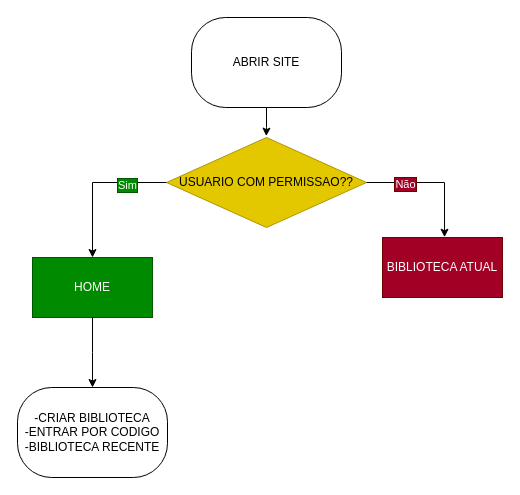
The draw.io diagram docs/diagrams/01-user-flow.drawio in LuanFazolimMurolo/LearnTrack, before the edit. Source tidied: cells renumbered, new cells numbered last; positions are measured from the earlier drawing's top-left corner, leaving out a move shared by most shapes. Both pictures are drawn from the tidied source at 100%, with x=0, y=0 at pixel (17, 17).
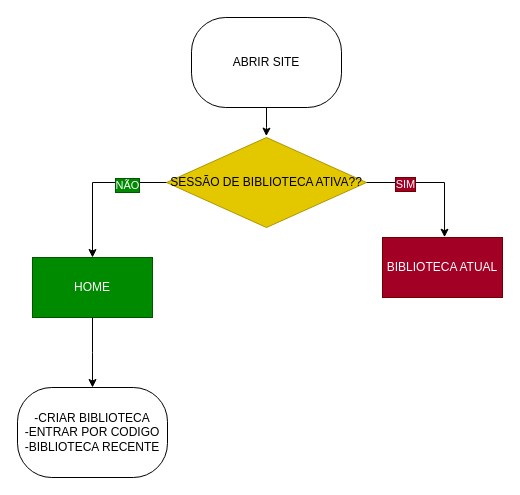
The same diagram, later.

Diff of the diagram source:
```diff
@@
 <mxGraphModel>
   <root>
     <mxCell id="0" />
     <mxCell id="1" parent="0" />
     <mxCell id="2" value="ABRIR SITE" style="rounded=1;whiteSpace=wrap;html=1;roundedPerimeter=1;arcSize=38;" parent="1" vertex="1">
       <mxGeometry x="174" width="150" height="90" as="geometry" />
     </mxCell>
-    <mxCell id="3" value="USUARIO COM PERMISSAO??" style="rhombus;whiteSpace=wrap;html=1;shapeInside=1;fillColor=#e3c800;fontColor=#000000;strokeColor=#B09500;" parent="1" vertex="1">
+    <mxCell id="3" value="SESSÃO DE BIBLIOTECA ATIVA??" style="rhombus;whiteSpace=wrap;html=1;shapeInside=1;fillColor=#e3c800;fontColor=#000000;strokeColor=#B09500;" parent="1" vertex="1">
       <mxGeometry x="149" y="120" width="200" height="90" as="geometry" />
     </mxCell>
     <mxCell id="4" style="edgeStyle=orthogonalEdgeStyle;rounded=0;jettySize=auto;html=1;entryX=0.499;entryY=-0.015;entryDx=0;entryDy=0;entryPerimeter=0;defaultLabelBackgroundColor=page;" parent="1" edge="1" source="2" target="3">
       <mxGeometry relative="1" as="geometry" />
     </mxCell>
     <mxCell id="5" value="BIBLIOTECA ATUAL" style="rounded=0;whiteSpace=wrap;html=1;fillColor=#a20025;fontColor=#ffffff;strokeColor=#6F0000;" parent="1" vertex="1">
       <mxGeometry x="365" y="220" width="120" height="60" as="geometry" />
     </mxCell>
     <mxCell id="6" style="edgeStyle=orthogonalEdgeStyle;rounded=0;jettySize=auto;html=1;entryX=0.517;entryY=-0.005;entryDx=0;entryDy=0;entryPerimeter=0;defaultLabelBackgroundColor=page;" parent="1" edge="1" source="3" target="5">
       <mxGeometry relative="1" as="geometry" />
     </mxCell>
-    <mxCell id="7" value="Não" style="edgeLabel;html=1;align=center;verticalAlign=middle;inheritText=fontFamily,fontSize,fontStyle,textOpacity,labelBorderWidth,defaultLabelBackgroundColor,labelPadding;defaultLabelBackgroundColor=page;labelBackgroundColor=#a20025;fontColor=#ffffff;labelBorderColor=#6F0000;" parent="6" vertex="1">
+    <mxCell id="7" value="SIM" style="edgeLabel;html=1;align=center;verticalAlign=middle;inheritText=fontFamily,fontSize,fontStyle,textOpacity,labelBorderWidth,defaultLabelBackgroundColor,labelPadding;defaultLabelBackgroundColor=page;labelBackgroundColor=#a20025;fontColor=#ffffff;labelBorderColor=#6F0000;" parent="6" vertex="1">
       <mxGeometry x="-0.42" y="-1" relative="1" as="geometry" />
     </mxCell>
     <mxCell id="8" value="HOME" style="rounded=0;whiteSpace=wrap;html=1;fillColor=#008a00;fontColor=#ffffff;strokeColor=#005700;" parent="1" vertex="1">
       <mxGeometry x="15" y="240" width="120" height="60" as="geometry" />
     </mxCell>
     <mxCell id="9" style="edgeStyle=orthogonalEdgeStyle;rounded=0;jettySize=auto;html=1;entryX=0.5;entryY=0;entryDx=0;entryDy=0;defaultLabelBackgroundColor=page;exitX=0;exitY=0.5;exitDx=0;exitDy=0;" parent="1" edge="1" source="3" target="8">
       <mxGeometry relative="1" as="geometry" />
     </mxCell>
-    <mxCell id="10" value="Sim" style="edgeLabel;html=1;align=center;verticalAlign=middle;inheritText=fontFamily,fontSize,fontStyle,textOpacity,labelBorderWidth,defaultLabelBackgroundColor,labelPadding;defaultLabelBackgroundColor=page;labelBackgroundColor=#008a00;fontColor=#ffffff;labelBorderColor=#005700;" parent="9" vertex="1">
+    <mxCell id="10" value="NÃO" style="edgeLabel;html=1;align=center;verticalAlign=middle;inheritText=fontFamily,fontSize,fontStyle,textOpacity,labelBorderWidth,defaultLabelBackgroundColor,labelPadding;defaultLabelBackgroundColor=page;labelBackgroundColor=#008a00;fontColor=#ffffff;labelBorderColor=#005700;" parent="9" vertex="1">
       <mxGeometry x="-0.46" y="2" relative="1" as="geometry" />
     </mxCell>
     <mxCell id="11" value="&lt;div&gt;-CRIAR BIBLIOTECA&lt;/div&gt;&lt;div&gt;-ENTRAR POR CODIGO&lt;/div&gt;&lt;div&gt;-BIBLIOTECA RECENTE&lt;/div&gt;" style="rounded=1;whiteSpace=wrap;html=1;roundedPerimeter=1;arcSize=38;" parent="1" vertex="1">
       <mxGeometry y="370" width="150" height="90" as="geometry" />
     </mxCell>
     <mxCell id="12" style="edgeStyle=orthogonalEdgeStyle;rounded=0;jettySize=auto;html=1;entryX=0.5;entryY=0;entryDx=0;entryDy=0;defaultLabelBackgroundColor=page;exitX=0.5;exitY=1;exitDx=0;exitDy=0;" parent="1" edge="1" source="8">
       <mxGeometry relative="1" as="geometry">
         <mxPoint x="75" y="370" as="targetPoint" />
       </mxGeometry>
     </mxCell>
   </root>
 </mxGraphModel>
```
